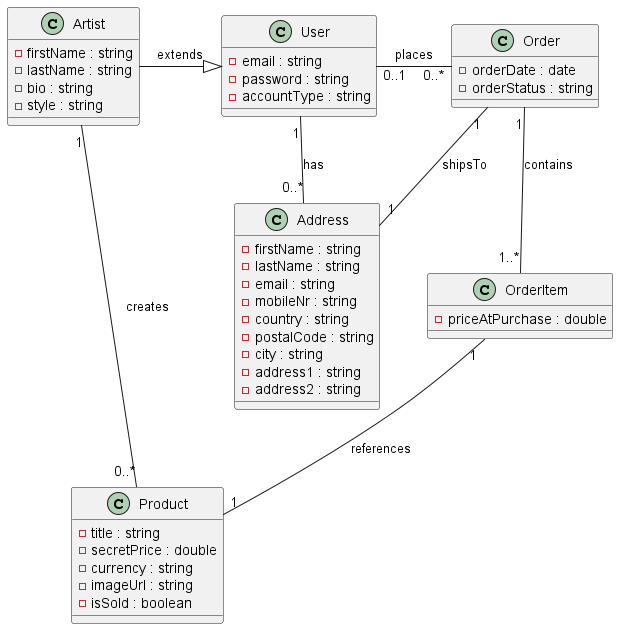
Earlier version of the PlantUML export out/puml/domain_model_diagram/domain_model.png (golihaidari/BidGallery). Its diagram source:
```plantuml
@startuml domain_model
skinparam ranksep 3.5


class User {
    - email : string
    - password : string
    - accountType : string
}

class Artist {
    - firstName : string
    - lastName : string
    - bio : string
    - style : string
}

class Product {
    - title : string
    - secretPrice : double
    - currency : string
    - imageUrl : string
    - isSold : boolean
}

class Address {
    - firstName : string
    - lastName : string
    - email : string
    - mobileNr : string
    - country : string
    - postalCode : string
    - city : string
    - address1 : string
    - address2 : string
}

class Order {
    - orderDate : date
    - orderStatus : string
}

class OrderItem {
    - priceAtPurchase : double
}

Artist -right-|> User : extends
User "0..1" -right- "0..*" Order : places
User "1" -- "0..*" Address : has
Artist "1" -- "0..*" Product : creates
Order "1" -- "1..*" OrderItem : contains
OrderItem "1" -- "1" Product : references
Order "1" -- "1" Address : shipsTo

@enduml
```
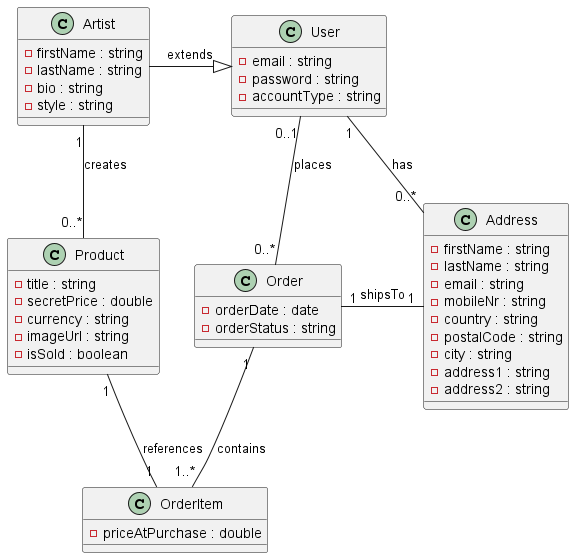
Above is the later version.

Diff of the diagram source:
```diff
@@ -1,6 +1,5 @@
 @startuml domain_model
-skinparam ranksep 3.5
-
+skinparam ranksep 3.7
 
 class User {
     - email : string
@@ -45,11 +44,12 @@
 }
 
 Artist -right-|> User : extends
-User "0..1" -right- "0..*" Order : places
+User "0..1" -- "0..*" Order : places
 User "1" -- "0..*" Address : has
-Artist "1" -- "0..*" Product : creates
-Order "1" -- "1..*" OrderItem : contains
-OrderItem "1" -- "1" Product : references
-Order "1" -- "1" Address : shipsTo
+Order "1" -right- "1" Address : shipsTo
+Artist "1" -down- "0..*" Product : creates
+Order "1" -down- "1..*" OrderItem : contains
+OrderItem "1" -up- "1" Product : references
+
 
 @enduml
```
